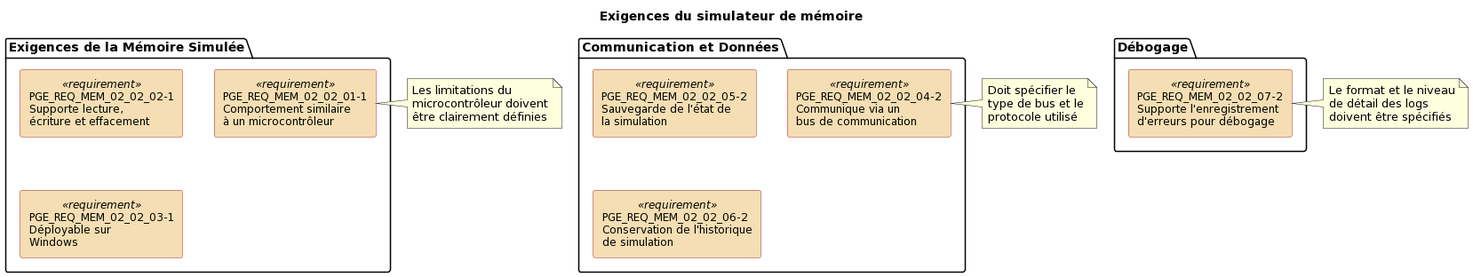
Bird0Ut/PGE_SME keeps this PlantUML diagram as memory/requirements_mémoire.png. Above is the earlier version.
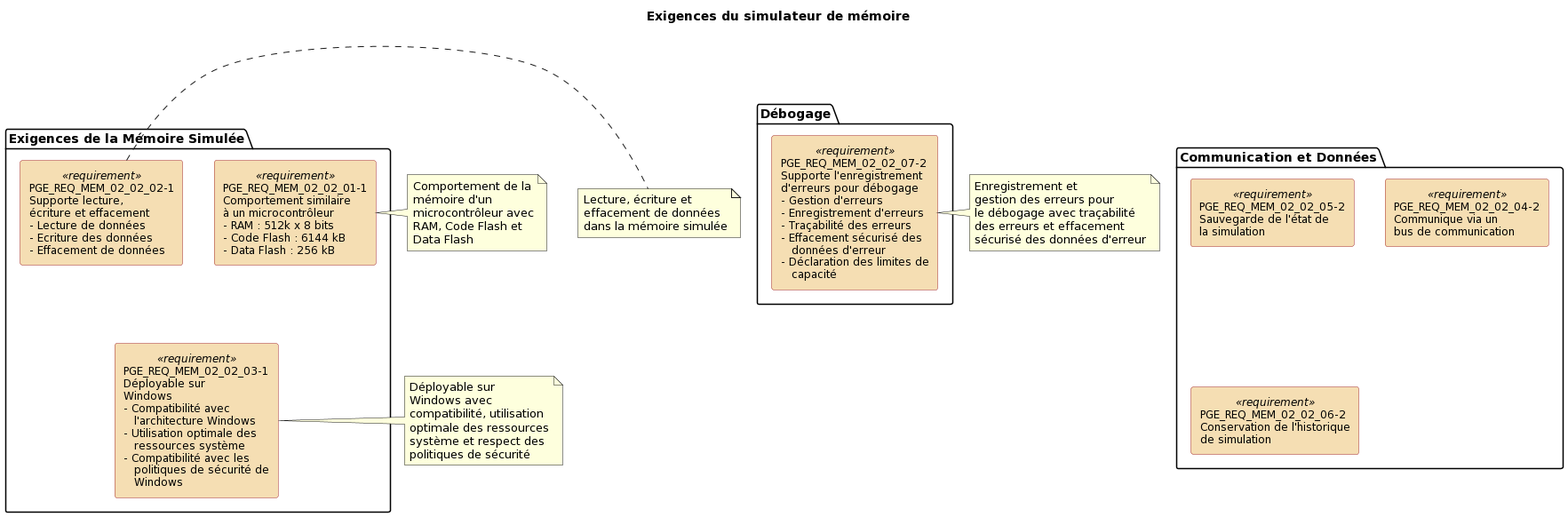
After the commit.

The edit, as a diff of the source:
```diff
@@ -15,9 +15,9 @@
 title Exigences du simulateur de mémoire
 
 package "Exigences de la Mémoire Simulée" {
-    rectangle "PGE_REQ_MEM_02_02_01-1\nComportement similaire\nà un microcontrôleur" as REQ1 <<requirement>>
-    rectangle "PGE_REQ_MEM_02_02_02-1\nSupporte lecture,\nécriture et effacement" as REQ2 <<requirement>>
-    rectangle "PGE_REQ_MEM_02_02_03-1\nDéployable sur\nWindows" as REQ3 <<requirement>>
+    rectangle "PGE_REQ_MEM_02_02_01-1\nComportement similaire\nà un microcontrôleur\n- RAM : 512k x 8 bits\n- Code Flash : 6144 kB\n- Data Flash : 256 kB" as REQ1 <<requirement>>
+    rectangle "PGE_REQ_MEM_02_02_02-1\nSupporte lecture,\nécriture et effacement\n- Lecture de données\n- Ecriture des données\n- Effacement de données" as REQ2 <<requirement>>
+    rectangle "PGE_REQ_MEM_02_02_03-1\nDéployable sur\nWindows\n- Compatibilité avec\n   l'architecture Windows\n- Utilisation optimale des\n   ressources système\n- Compatibilité avec les\n   politiques de sécurité de\n   Windows" as REQ3 <<requirement>>
 }
 
 package "Communication et Données" {
@@ -27,13 +27,14 @@
 }
 
 package "Débogage" {
-    rectangle "PGE_REQ_MEM_02_02_07-2\nSupporte l'enregistrement\nd'erreurs pour débogage" as REQ7 <<requirement>>
+    rectangle "PGE_REQ_MEM_02_02_07-2\nSupporte l'enregistrement\nd'erreurs pour débogage\n- Gestion d'erreurs\n- Enregistrement d'erreurs\n- Traçabilité des erreurs\n- Effacement sécurisé des\n   données d'erreur\n- Déclaration des limites de\n   capacité" as REQ7 <<requirement>>
 }
 
 REQ2 -[hidden]d-> REQ3
 REQ5 -[hidden]d-> REQ6
 
-note right of REQ1 : Les limitations du\nmicrocontrôleur doivent\nêtre clairement définies
-note right of REQ4 : Doit spécifier le\ntype de bus et le\nprotocole utilisé
-note right of REQ7 : Le format et le niveau\nde détail des logs\ndoivent être spécifiés
+note right of REQ1 : Comportement de la\nmémoire d'un\nmicrocontrôleur avec\nRAM, Code Flash et\nData Flash
+note right of REQ2 : Lecture, écriture et\neffacement de données\ndans la mémoire simulée
+note right of REQ3 : Déployable sur\nWindows avec\ncompatibilité, utilisation\noptimale des ressources\nsystème et respect des\npolitiques de sécurité
+note right of REQ7 : Enregistrement et\ngestion des erreurs pour\nle débogage avec traçabilité\ndes erreurs et effacement\nsécurisé des données d'erreur
 @enduml
```
